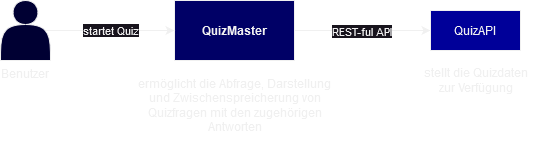
Before: diagrams/SystemContextDiagram.drawio.png, a diagram exported from draw.io (FranziskaGreiner/QuizMaster). Source tidied: cells renumbered, new cells last; positions are measured from the earlier drawing's top-left corner, leaving out a move shared by most shapes. The source it was exported from:
```xml
<mxGraphModel>
  <root>
    <mxCell id="0" />
    <mxCell id="1" parent="0" />
    <mxCell id="2" style="edgeStyle=orthogonalEdgeStyle;rounded=0;jettySize=auto;html=1;exitX=1;exitY=0.5;exitDx=0;exitDy=0;entryX=0;entryY=0.5;entryDx=0;entryDy=0;" parent="1" edge="1" source="4" target="5">
      <mxGeometry relative="1" as="geometry" />
    </mxCell>
    <mxCell id="3" value="REST-ful API" style="edgeLabel;html=1;align=center;verticalAlign=middle;" parent="2" vertex="1">
      <mxGeometry x="-0.19" y="-4" relative="1" as="geometry">
        <mxPoint x="11" y="-4" as="offset" />
      </mxGeometry>
    </mxCell>
    <mxCell id="4" value="QuizMaster" style="rounded=0;whiteSpace=wrap;html=1;fontStyle=1;fillColor=#000066;" parent="1" vertex="1">
      <mxGeometry x="174" width="120" height="60" as="geometry" />
    </mxCell>
    <mxCell id="5" value="QuizAPI" style="rounded=0;whiteSpace=wrap;html=1;fillColor=#000099;" parent="1" vertex="1">
      <mxGeometry x="430" y="10" width="90" height="40" as="geometry" />
    </mxCell>
    <mxCell id="6" value="startet Quiz" style="edgeStyle=orthogonalEdgeStyle;rounded=0;jettySize=auto;html=1;exitX=0.9;exitY=0.5;exitDx=0;exitDy=0;exitPerimeter=0;entryX=0;entryY=0.5;entryDx=0;entryDy=0;" parent="1" edge="1" source="7" target="4">
      <mxGeometry relative="1" as="geometry" />
    </mxCell>
    <mxCell id="7" value="Benutzer" style="shape=actor;whiteSpace=wrap;html=1;labelPosition=center;verticalLabelPosition=bottom;align=center;verticalAlign=top;fillColor=#000033;" parent="1" vertex="1">
      <mxGeometry width="50" height="60" as="geometry" />
    </mxCell>
    <mxCell id="8" value="&lt;div&gt;ermöglicht die Abfrage, Darstellung&lt;/div&gt;&lt;div&gt;und Zwischenspreicherung von&lt;/div&gt;&lt;div&gt;Quizfragen mit den zugehörigen&lt;/div&gt;&lt;div&gt;Antworten &lt;/div&gt;" style="text;html=1;align=center;verticalAlign=middle;strokeColor=none;fillColor=none;" parent="1" vertex="1">
      <mxGeometry x="129" y="70" width="210" height="70" as="geometry" />
    </mxCell>
    <mxCell id="9" value="&lt;div&gt;stellt die Quizdaten&lt;/div&gt;&lt;div&gt;zur Verfügung&lt;/div&gt;" style="text;html=1;align=center;verticalAlign=middle;strokeColor=none;fillColor=none;" parent="1" vertex="1">
      <mxGeometry x="415" y="60" width="120" height="40" as="geometry" />
    </mxCell>
  </root>
</mxGraphModel>
```
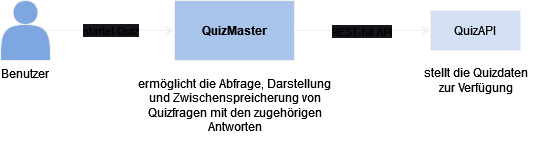
The same file after the commit.

What changed in the source:
```diff
@@ -2,30 +2,30 @@
   <root>
     <mxCell id="0" />
     <mxCell id="1" parent="0" />
-    <mxCell id="2" style="edgeStyle=orthogonalEdgeStyle;rounded=0;jettySize=auto;html=1;exitX=1;exitY=0.5;exitDx=0;exitDy=0;entryX=0;entryY=0.5;entryDx=0;entryDy=0;" parent="1" edge="1" source="4" target="5">
+    <mxCell id="2" style="edgeStyle=orthogonalEdgeStyle;rounded=0;jettySize=auto;html=1;exitX=1;exitY=0.5;exitDx=0;exitDy=0;entryX=0;entryY=0.5;entryDx=0;entryDy=0;fontColor=#000000;" parent="1" edge="1" source="4" target="5">
       <mxGeometry relative="1" as="geometry" />
     </mxCell>
-    <mxCell id="3" value="REST-ful API" style="edgeLabel;html=1;align=center;verticalAlign=middle;" parent="2" vertex="1">
+    <mxCell id="3" value="REST-ful API" style="edgeLabel;html=1;align=center;verticalAlign=middle;fontColor=#000000;" parent="2" vertex="1">
       <mxGeometry x="-0.19" y="-4" relative="1" as="geometry">
         <mxPoint x="11" y="-4" as="offset" />
       </mxGeometry>
     </mxCell>
-    <mxCell id="4" value="QuizMaster" style="rounded=0;whiteSpace=wrap;html=1;fontStyle=1;fillColor=#000066;" parent="1" vertex="1">
+    <mxCell id="4" value="QuizMaster" style="rounded=0;whiteSpace=wrap;html=1;fontStyle=1;fillColor=#A9C4EB;fontColor=#000000;" parent="1" vertex="1">
       <mxGeometry x="174" width="120" height="60" as="geometry" />
     </mxCell>
-    <mxCell id="5" value="QuizAPI" style="rounded=0;whiteSpace=wrap;html=1;fillColor=#000099;" parent="1" vertex="1">
+    <mxCell id="5" value="QuizAPI" style="rounded=0;whiteSpace=wrap;html=1;fillColor=#D4E1F5;fontColor=#000000;" parent="1" vertex="1">
       <mxGeometry x="430" y="10" width="90" height="40" as="geometry" />
     </mxCell>
-    <mxCell id="6" value="startet Quiz" style="edgeStyle=orthogonalEdgeStyle;rounded=0;jettySize=auto;html=1;exitX=0.9;exitY=0.5;exitDx=0;exitDy=0;exitPerimeter=0;entryX=0;entryY=0.5;entryDx=0;entryDy=0;" parent="1" edge="1" source="7" target="4">
+    <mxCell id="6" value="startet Quiz" style="edgeStyle=orthogonalEdgeStyle;rounded=0;jettySize=auto;html=1;exitX=0.9;exitY=0.5;exitDx=0;exitDy=0;exitPerimeter=0;entryX=0;entryY=0.5;entryDx=0;entryDy=0;fontColor=#000000;" parent="1" edge="1" source="7" target="4">
       <mxGeometry relative="1" as="geometry" />
     </mxCell>
-    <mxCell id="7" value="Benutzer" style="shape=actor;whiteSpace=wrap;html=1;labelPosition=center;verticalLabelPosition=bottom;align=center;verticalAlign=top;fillColor=#000033;" parent="1" vertex="1">
+    <mxCell id="7" value="Benutzer" style="shape=actor;whiteSpace=wrap;html=1;labelPosition=center;verticalLabelPosition=bottom;align=center;verticalAlign=top;fillColor=#7EA6E0;fontColor=#000000;" parent="1" vertex="1">
       <mxGeometry width="50" height="60" as="geometry" />
     </mxCell>
-    <mxCell id="8" value="&lt;div&gt;ermöglicht die Abfrage, Darstellung&lt;/div&gt;&lt;div&gt;und Zwischenspreicherung von&lt;/div&gt;&lt;div&gt;Quizfragen mit den zugehörigen&lt;/div&gt;&lt;div&gt;Antworten &lt;/div&gt;" style="text;html=1;align=center;verticalAlign=middle;strokeColor=none;fillColor=none;" parent="1" vertex="1">
+    <mxCell id="8" value="&lt;div&gt;ermöglicht die Abfrage, Darstellung&lt;/div&gt;&lt;div&gt;und Zwischenspreicherung von&lt;/div&gt;&lt;div&gt;Quizfragen mit den zugehörigen&lt;/div&gt;&lt;div&gt;Antworten &lt;/div&gt;" style="text;html=1;align=center;verticalAlign=middle;strokeColor=none;fillColor=none;fontColor=#000000;" parent="1" vertex="1">
       <mxGeometry x="129" y="70" width="210" height="70" as="geometry" />
     </mxCell>
-    <mxCell id="9" value="&lt;div&gt;stellt die Quizdaten&lt;/div&gt;&lt;div&gt;zur Verfügung&lt;/div&gt;" style="text;html=1;align=center;verticalAlign=middle;strokeColor=none;fillColor=none;" parent="1" vertex="1">
+    <mxCell id="9" value="&lt;div&gt;stellt die Quizdaten&lt;/div&gt;&lt;div&gt;zur Verfügung&lt;/div&gt;" style="text;html=1;align=center;verticalAlign=middle;strokeColor=none;fillColor=none;fontColor=#000000;" parent="1" vertex="1">
       <mxGeometry x="415" y="60" width="120" height="40" as="geometry" />
     </mxCell>
   </root>
```
